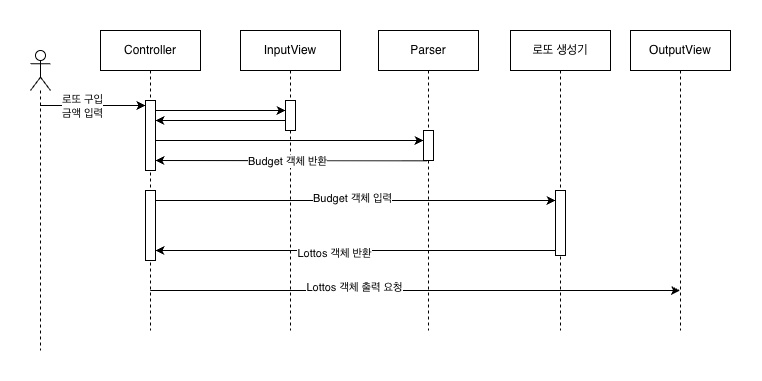
Before: image/BudgetInputSequenceDiagram.png, a diagram exported from draw.io (toctoce/java-lotto-8). Source tidied: cells renumbered, new cells last; positions are measured from the earlier drawing's top-left corner, leaving out a move shared by most shapes.
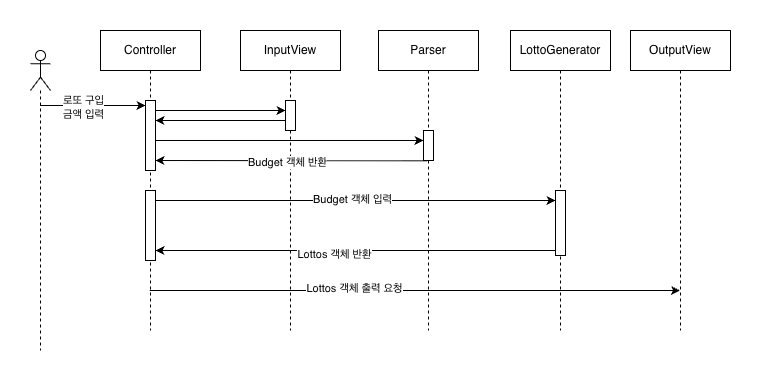
After the change.

Diff of the diagram source:
```diff
@@ -82,7 +82,7 @@
         </Array>
       </mxGeometry>
     </mxCell>
-    <mxCell id="19" value="로또 생성기" style="shape=umlLifeline;perimeter=lifelinePerimeter;whiteSpace=wrap;html=1;newEdgeStyle={&quot;edgeStyle&quot;:&quot;elbowEdgeStyle&quot;,&quot;elbow&quot;:&quot;vertical&quot;,&quot;curved&quot;:0,&quot;rounded&quot;:0};size=40;" parent="1" vertex="1">
+    <mxCell id="19" value="LottoGenerator" style="shape=umlLifeline;perimeter=lifelinePerimeter;whiteSpace=wrap;html=1;newEdgeStyle={&quot;edgeStyle&quot;:&quot;elbowEdgeStyle&quot;,&quot;elbow&quot;:&quot;vertical&quot;,&quot;curved&quot;:0,&quot;rounded&quot;:0};size=40;" parent="1" vertex="1">
       <mxGeometry x="480" width="100" height="300" as="geometry" />
     </mxCell>
     <mxCell id="20" style="html=1;points=[];perimeter=orthogonalPerimeter;outlineConnect=0;targetShapes=umlLifeline;portConstraint=eastwest;newEdgeStyle={&quot;edgeStyle&quot;:&quot;elbowEdgeStyle&quot;,&quot;elbow&quot;:&quot;vertical&quot;,&quot;curved&quot;:0,&quot;rounded&quot;:0};" parent="19" vertex="1">
```
